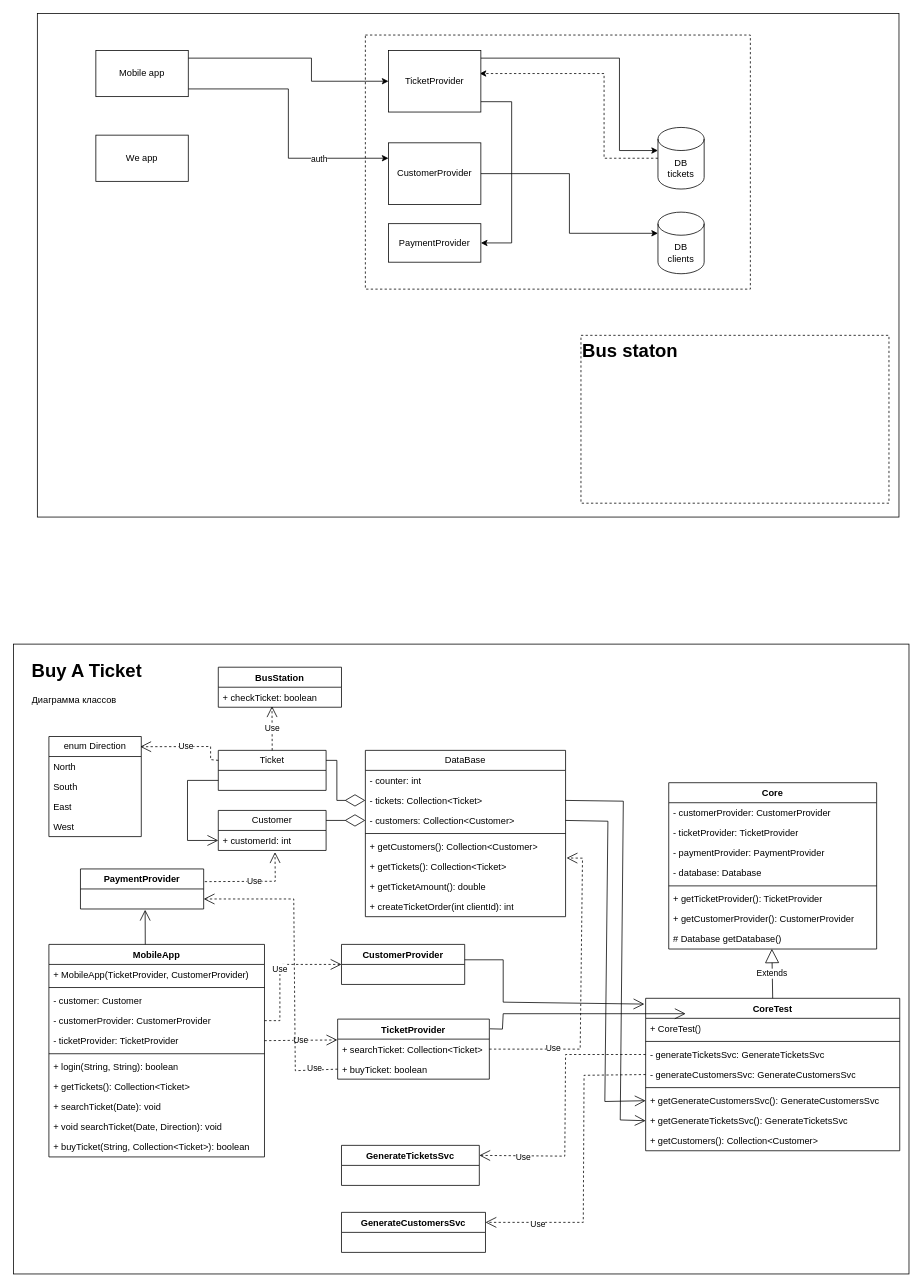
BeliaevAndrey/GB_Architecture_Homeworks keeps this draw.io diagram as Homework04/Diagrams/Class_diagram_and_scheme.drawio. Above is the earlier version. Source tidied: cells renumbered, new cells numbered last; positions are measured from the earlier drawing's top-left corner, leaving out a move shared by most shapes. Both pictures are drawn from the tidied source at 77%, with x=0, y=0 at pixel (13, 13).
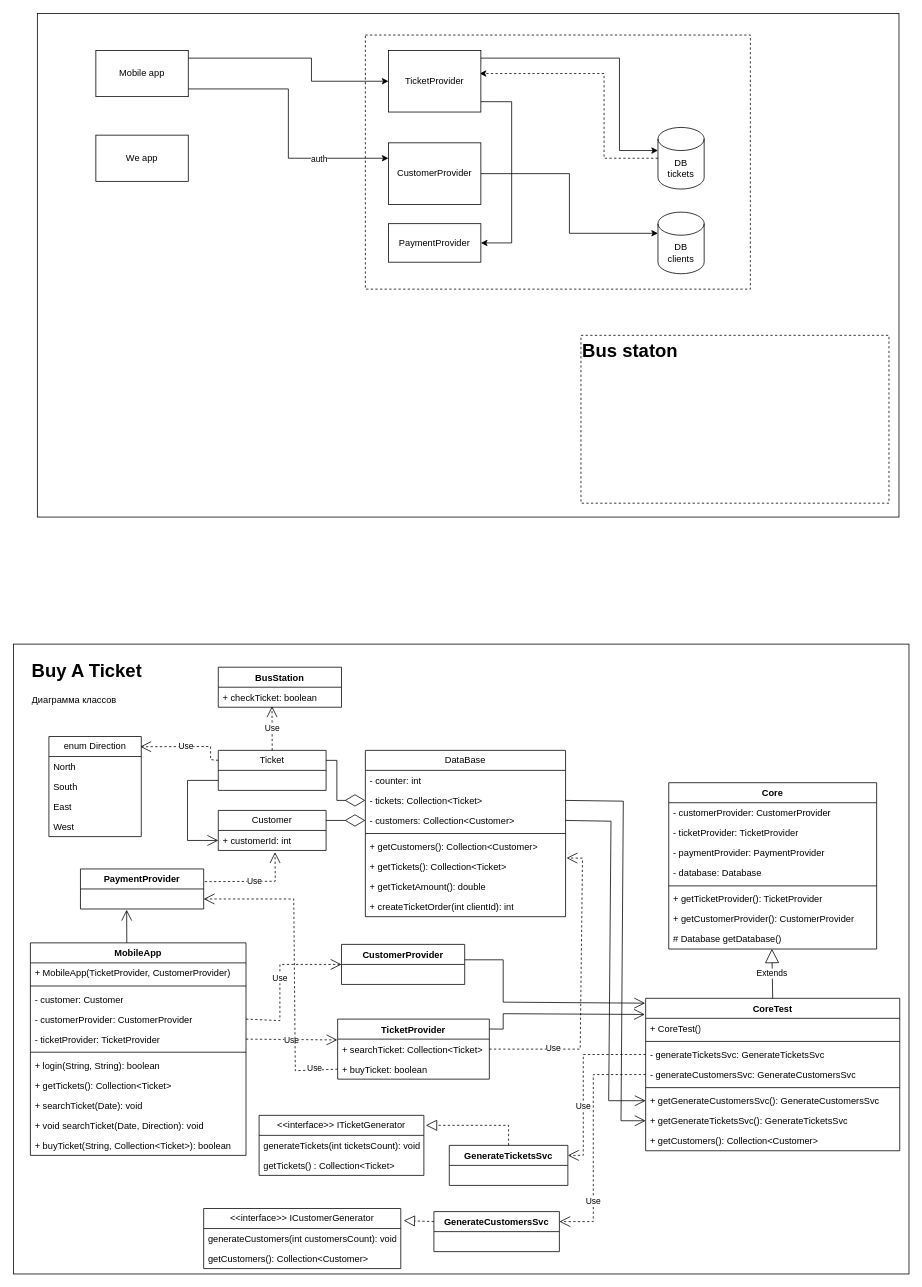
The same page after the edit.

Commit message (it also covers changes not shown here):
Homework 04: Diagram updated.

Unchanged cells that the change refers to:
```xml
<mxCell id="31" value="CoreTest" style="swimlane;fontStyle=1;align=center;verticalAlign=top;horizontal=1;startSize=26;whiteSpace=wrap;html=1;" parent="1" vertex="1">
  <mxGeometry x="821" y="1279" width="330" height="198" as="geometry" />
</mxCell>
<mxCell id="34" value="- generateTicketsSvc: GenerateTicketsSvc" style="text;strokeColor=none;fillColor=none;align=left;verticalAlign=top;spacingLeft=4;spacingRight=4;overflow=hidden;points=[[0,0.5],[1,0.5]];portConstraint=eastwest;whiteSpace=wrap;html=1;" parent="31" vertex="1">
  <mxGeometry y="60" width="330" height="26" as="geometry" />
</mxCell>
<mxCell id="35" value="- generateCustomersSvc: GenerateCustomersSvc" style="text;strokeColor=none;fillColor=none;align=left;verticalAlign=top;spacingLeft=4;spacingRight=4;overflow=hidden;points=[[0,0.5],[1,0.5]];portConstraint=eastwest;whiteSpace=wrap;html=1;" parent="31" vertex="1">
  <mxGeometry y="86" width="330" height="26" as="geometry" />
</mxCell>
<mxCell id="37" value="+ getGenerateCustomersSvc(): GenerateCustomersSvc" style="text;strokeColor=none;fillColor=none;align=left;verticalAlign=top;spacingLeft=4;spacingRight=4;overflow=hidden;points=[[0,0.5],[1,0.5]];portConstraint=eastwest;whiteSpace=wrap;html=1;" parent="31" vertex="1">
  <mxGeometry y="120" width="330" height="26" as="geometry" />
</mxCell>
<mxCell id="38" value="+ getGenerateTicketsSvc(): GenerateTicketsSvc" style="text;strokeColor=none;fillColor=none;align=left;verticalAlign=top;spacingLeft=4;spacingRight=4;overflow=hidden;points=[[0,0.5],[1,0.5]];portConstraint=eastwest;whiteSpace=wrap;html=1;" parent="31" vertex="1">
  <mxGeometry y="146" width="330" height="26" as="geometry" />
</mxCell>
<mxCell id="46" value="- tickets: Collection&amp;lt;Ticket&amp;gt;" style="text;strokeColor=none;fillColor=none;align=left;verticalAlign=top;spacingLeft=4;spacingRight=4;overflow=hidden;points=[[0,0.5],[1,0.5]];portConstraint=eastwest;whiteSpace=wrap;html=1;" parent="44" vertex="1">
  <mxGeometry y="52" width="260" height="26" as="geometry" />
</mxCell>
<mxCell id="47" value="- customers: Collection&amp;lt;Customer&amp;gt;" style="text;strokeColor=none;fillColor=none;align=left;verticalAlign=top;spacingLeft=4;spacingRight=4;overflow=hidden;points=[[0,0.5],[1,0.5]];portConstraint=eastwest;whiteSpace=wrap;html=1;" parent="44" vertex="1">
  <mxGeometry y="78" width="260" height="26" as="geometry" />
</mxCell>
<mxCell id="74" value="TicketProvider" style="swimlane;fontStyle=1;align=center;verticalAlign=top;horizontal=1;startSize=26;whiteSpace=wrap;html=1;" parent="1" vertex="1">
  <mxGeometry x="421" y="1306" width="197" height="78" as="geometry" />
</mxCell>
```

Diff of the diagram source:
```diff
@@
     <mxCell id="55" value="MobileApp" style="swimlane;fontStyle=1;align=center;verticalAlign=top;horizontal=1;startSize=26;whiteSpace=wrap;html=1;" parent="1" vertex="1">
-      <mxGeometry x="46" y="1209" width="280" height="276" as="geometry" />
+      <mxGeometry x="22" y="1207" width="280" height="276" as="geometry" />
     </mxCell>
@@
-    <mxCell id="81" style="endArrow=open;endFill=1;endSize=12;html=1;rounded=0;exitX=1.004;exitY=0.162;exitDx=0;exitDy=0;exitPerimeter=0;" parent="1" edge="1" source="74">
+    <mxCell id="81" style="endArrow=open;endFill=1;endSize=12;html=1;rounded=0;exitX=1.001;exitY=0.165;exitDx=0;exitDy=0;exitPerimeter=0;entryX=-0.003;entryY=0.106;entryDx=0;entryDy=0;entryPerimeter=0;" parent="1" edge="1" source="74" target="31">
       <mxGeometry relative="1" as="geometry">
-        <mxPoint x="873" y="1299" as="targetPoint" />
         <Array as="points">
-          <mxPoint x="635" y="1319" />
+          <mxPoint x="636" y="1319" />
           <mxPoint x="636" y="1299" />
         </Array>
       </mxGeometry>
     </mxCell>
-    <mxCell id="82" style="endArrow=open;endFill=1;endSize=12;html=1;rounded=0;exitX=1;exitY=0.25;exitDx=0;exitDy=0;entryX=-0.005;entryY=0.038;entryDx=0;entryDy=0;entryPerimeter=0;" parent="1" edge="1" target="31">
+    <mxCell id="82" style="endArrow=open;endFill=1;endSize=12;html=1;rounded=0;exitX=1;exitY=0.25;exitDx=0;exitDy=0;entryX=-0.002;entryY=0.032;entryDx=0;entryDy=0;entryPerimeter=0;" parent="1" edge="1" target="31">
       <mxGeometry relative="1" as="geometry">
         <mxPoint x="586" y="1229" as="sourcePoint" />
         <Array as="points">
           <mxPoint x="636" y="1229" />
           <mxPoint x="636" y="1284" />
         </Array>
       </mxGeometry>
     </mxCell>
     <mxCell id="83" style="endArrow=open;endFill=1;endSize=12;html=1;rounded=0;exitX=1;exitY=0.5;exitDx=0;exitDy=0;entryX=0;entryY=0.5;entryDx=0;entryDy=0;" parent="1" edge="1" source="46" target="38">
       <mxGeometry relative="1" as="geometry">
         <Array as="points">
           <mxPoint x="792" y="1023" />
-          <mxPoint x="788" y="1437" />
+          <mxPoint x="789" y="1438" />
         </Array>
       </mxGeometry>
     </mxCell>
     <mxCell id="84" style="endArrow=open;endFill=1;endSize=12;html=1;rounded=0;exitX=1;exitY=0.5;exitDx=0;exitDy=0;entryX=0;entryY=0.5;entryDx=0;entryDy=0;" parent="1" edge="1" source="47" target="37">
       <mxGeometry relative="1" as="geometry">
         <Array as="points">
-          <mxPoint x="772" y="1049" />
-          <mxPoint x="768" y="1413" />
+          <mxPoint x="776" y="1049" />
+          <mxPoint x="773" y="1412" />
         </Array>
       </mxGeometry>
     </mxCell>
@@
     <mxCell id="86" style="endArrow=open;endFill=1;endSize=12;html=1;rounded=0;exitX=0.447;exitY=0;exitDx=0;exitDy=0;exitPerimeter=0;" parent="1" edge="1" source="55">
       <mxGeometry relative="1" as="geometry">
-        <mxPoint x="171" y="1164" as="targetPoint" />
+        <mxPoint x="147" y="1164" as="targetPoint" />
       </mxGeometry>
     </mxCell>
@@
     <mxCell id="89" value="GenerateCustomersSvc" style="swimlane;fontStyle=1;align=center;verticalAlign=top;horizontal=1;startSize=26;whiteSpace=wrap;html=1;" parent="1" vertex="1">
-      <mxGeometry x="426" y="1557" width="187" height="52" as="geometry" />
+      <mxGeometry x="546" y="1556" width="163" height="52" as="geometry" />
     </mxCell>
     <mxCell id="90" value="GenerateTicketsSvc" style="swimlane;fontStyle=1;align=center;verticalAlign=top;horizontal=1;startSize=26;whiteSpace=wrap;html=1;" parent="1" vertex="1">
-      <mxGeometry x="426" y="1470" width="179" height="52" as="geometry" />
+      <mxGeometry x="566" y="1470" width="154" height="52" as="geometry" />
     </mxCell>
     <mxCell id="91" value="Use" style="endArrow=open;endSize=12;dashed=1;html=1;rounded=0;exitX=0;exitY=0.5;exitDx=0;exitDy=0;entryX=1;entryY=0.25;entryDx=0;entryDy=0;" parent="1" edge="1" source="34" target="90">
-      <mxGeometry x="0.67" y="2" relative="1" as="geometry">
+      <mxGeometry x="0.28" relative="1" as="geometry">
         <Array as="points">
-          <mxPoint x="717" y="1352" />
-          <mxPoint x="716" y="1484" />
+          <mxPoint x="740" y="1352" />
+          <mxPoint x="740" y="1483" />
         </Array>
       </mxGeometry>
     </mxCell>
     <mxCell id="92" value="Use" style="endArrow=open;endSize=12;dashed=1;html=1;rounded=0;exitX=0;exitY=0.5;exitDx=0;exitDy=0;entryX=1;entryY=0.25;entryDx=0;entryDy=0;" parent="1" edge="1" source="35" target="89">
-      <mxGeometry x="0.66" y="2" relative="1" as="geometry">
+      <mxGeometry x="0.53" relative="1" as="geometry">
         <Array as="points">
-          <mxPoint x="741" y="1379" />
-          <mxPoint x="740" y="1570" />
+          <mxPoint x="753" y="1378" />
+          <mxPoint x="753" y="1569" />
         </Array>
       </mxGeometry>
     </mxCell>
@@
+    <mxCell id="97" value="&amp;lt;&amp;lt;interface&amp;gt;&amp;gt; ICustomerGenerator" style="swimlane;fontStyle=0;horizontal=1;startSize=26;fillColor=none;whiteSpace=wrap;html=1;" parent="1" vertex="1">
+      <mxGeometry x="247" y="1552" width="256" height="78" as="geometry" />
+    </mxCell>
+    <mxCell id="98" value="generateCustomers(int customersCount): void" style="text;strokeColor=none;fillColor=none;align=left;verticalAlign=top;spacingLeft=4;spacingRight=4;overflow=hidden;whiteSpace=wrap;html=1;" parent="97" vertex="1">
+      <mxGeometry y="26" width="256" height="26" as="geometry" />
+    </mxCell>
+    <mxCell id="99" value="getCustomers(): Collection&amp;lt;Customer&amp;gt;" style="text;strokeColor=none;fillColor=none;align=left;verticalAlign=top;spacingLeft=4;spacingRight=4;overflow=hidden;whiteSpace=wrap;html=1;" parent="97" vertex="1">
+      <mxGeometry y="52" width="256" height="26" as="geometry" />
+    </mxCell>
+    <mxCell id="100" value="&amp;lt;&amp;lt;interface&amp;gt;&amp;gt; ITicketGenerator" style="swimlane;fontStyle=0;horizontal=1;startSize=26;fillColor=none;whiteSpace=wrap;html=1;" parent="1" vertex="1">
+      <mxGeometry x="319" y="1431" width="214" height="78" as="geometry" />
+    </mxCell>
+    <mxCell id="101" value="generateTickets(int ticketsCount): void" style="text;strokeColor=none;fillColor=none;align=left;verticalAlign=top;spacingLeft=4;spacingRight=4;overflow=hidden;whiteSpace=wrap;html=1;" parent="100" vertex="1">
+      <mxGeometry y="26" width="214" height="26" as="geometry" />
+    </mxCell>
+    <mxCell id="102" value="getTickets() : Collection&amp;lt;Ticket&amp;gt;" style="text;strokeColor=none;fillColor=none;align=left;verticalAlign=top;spacingLeft=4;spacingRight=4;overflow=hidden;whiteSpace=wrap;html=1;" parent="100" vertex="1">
+      <mxGeometry y="52" width="214" height="26" as="geometry" />
+    </mxCell>
+    <mxCell id="103" style="endArrow=block;dashed=1;endFill=0;endSize=12;html=1;rounded=0;exitX=0;exitY=0.25;exitDx=0;exitDy=0;entryX=1.015;entryY=0.201;entryDx=0;entryDy=0;entryPerimeter=0;" parent="1" edge="1" source="89" target="97">
+      <mxGeometry relative="1" as="geometry" />
+    </mxCell>
+    <mxCell id="104" style="endArrow=block;dashed=1;endFill=0;endSize=12;html=1;rounded=0;exitX=0.5;exitY=0;exitDx=0;exitDy=0;entryX=1.012;entryY=0.166;entryDx=0;entryDy=0;entryPerimeter=0;" parent="1" edge="1" source="90" target="100">
+      <mxGeometry relative="1" as="geometry">
+        <Array as="points">
+          <mxPoint x="643" y="1444" />
+        </Array>
+      </mxGeometry>
+    </mxCell>
```
